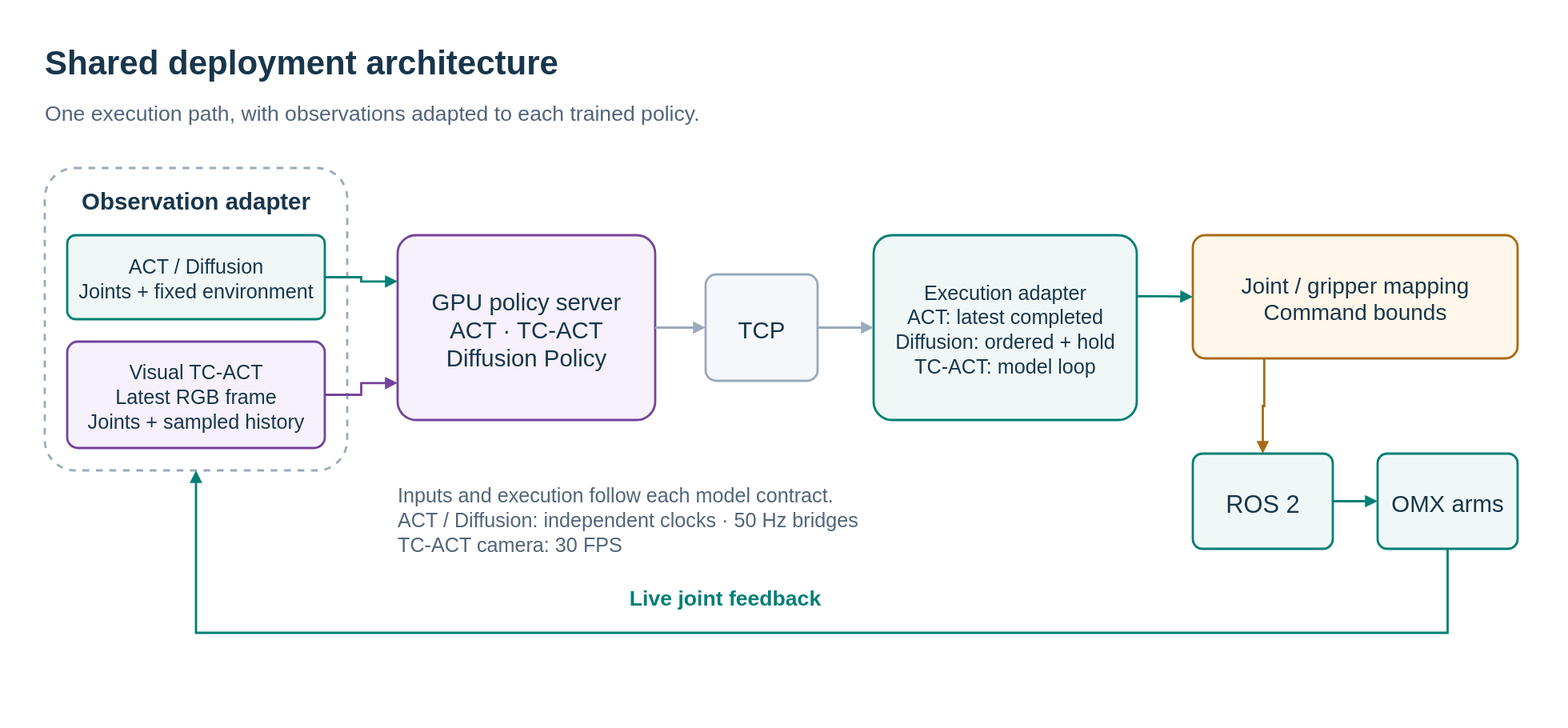
green101630-jwi/literate-octo-doodle keeps this draw.io diagram as docs/assets/diagrams/hardware-deployment-architecture.svg. Above is the earlier version. Source tidied: cells renumbered, new cells last; positions are measured from the earlier drawing's top-left corner, leaving out a move shared by most shapes. Source of this version:
```xml
<mxGraphModel background="#ffffff">
  <root>
    <mxCell id="0" />
    <mxCell id="1" parent="0" />
    <mxCell id="2" value="Shared deployment architecture" style="text;html=0;whiteSpace=nowrap;strokeColor=none;fillColor=none;fontColor=#18364c;fontFamily=Arial;fontSize=30;fontStyle=1;align=left;verticalAlign=middle;spacing=0;" parent="1" vertex="1">
      <mxGeometry width="1300" height="45" as="geometry" />
    </mxCell>
    <mxCell id="3" value="One execution path, with observations adapted to each trained policy." style="text;html=0;whiteSpace=nowrap;strokeColor=none;fillColor=none;fontColor=#52647a;fontFamily=Arial;fontSize=19;fontStyle=0;align=left;verticalAlign=middle;spacing=0;" parent="1" vertex="1">
      <mxGeometry y="52" width="1300" height="35" as="geometry" />
    </mxCell>
    <mxCell id="4" style="rounded=1;arcSize=10;whiteSpace=nowrap;html=0;fillColor=#ffffff;strokeColor=#9aaaba;strokeWidth=2;fontColor=#18364c;fontFamily=Arial;fontSize=20;align=center;verticalAlign=middle;spacing=12;dashed=1;" parent="1" vertex="1">
      <mxGeometry y="120" width="270" height="270" as="geometry" />
    </mxCell>
    <mxCell id="5" value="Observation adapter" style="text;html=0;whiteSpace=nowrap;strokeColor=none;fillColor=none;fontColor=#18364c;fontFamily=Arial;fontSize=21;fontStyle=1;align=center;verticalAlign=middle;spacing=0;" parent="1" vertex="1">
      <mxGeometry x="15" y="130" width="240" height="35" as="geometry" />
    </mxCell>
    <mxCell id="6" value="ACT / Diffusion&#10;Joints + fixed environment" style="rounded=1;arcSize=10;whiteSpace=nowrap;html=0;fillColor=#f0f8f7;strokeColor=#007f75;strokeWidth=2;fontColor=#18364c;fontFamily=Arial;fontSize=18;align=center;verticalAlign=middle;spacing=12;" parent="1" vertex="1">
      <mxGeometry x="20" y="180" width="230" height="75" as="geometry" />
    </mxCell>
    <mxCell id="7" value="Visual TC-ACT&#10;Latest RGB frame&#10;Joints + sampled history" style="rounded=1;arcSize=10;whiteSpace=nowrap;html=0;fillColor=#f6f1fa;strokeColor=#75439a;strokeWidth=2;fontColor=#18364c;fontFamily=Arial;fontSize=18;align=center;verticalAlign=middle;spacing=12;" parent="1" vertex="1">
      <mxGeometry x="20" y="275" width="230" height="95" as="geometry" />
    </mxCell>
    <mxCell id="8" value="GPU policy server&#10;ACT · TC-ACT&#10;Diffusion Policy" style="rounded=1;arcSize=10;whiteSpace=nowrap;html=0;fillColor=#f6f1fa;strokeColor=#75439a;strokeWidth=2;fontColor=#18364c;fontFamily=Arial;fontSize=21;align=center;verticalAlign=middle;spacing=12;" parent="1" vertex="1">
      <mxGeometry x="315" y="180" width="230" height="165" as="geometry" />
    </mxCell>
    <mxCell id="9" value="TCP" style="rounded=1;arcSize=10;whiteSpace=nowrap;html=0;fillColor=#f5f7fa;strokeColor=#9aaaba;strokeWidth=2;fontColor=#18364c;fontFamily=Arial;fontSize=21;align=center;verticalAlign=middle;spacing=12;" parent="1" vertex="1">
      <mxGeometry x="590" y="215" width="100" height="95" as="geometry" />
    </mxCell>
    <mxCell id="10" value="Execution adapter&#10;ACT: latest completed&#10;Diffusion: ordered + hold&#10;TC-ACT: model loop" style="rounded=1;arcSize=10;whiteSpace=nowrap;html=0;fillColor=#f0f8f7;strokeColor=#007f75;strokeWidth=2;fontColor=#18364c;fontFamily=Arial;fontSize=18;align=center;verticalAlign=middle;spacing=12;" parent="1" vertex="1">
      <mxGeometry x="740" y="180" width="235" height="165" as="geometry" />
    </mxCell>
    <mxCell id="11" value="Joint / gripper mapping&#10;Command bounds" style="rounded=1;arcSize=10;whiteSpace=nowrap;html=0;fillColor=#fff7e9;strokeColor=#aa6a13;strokeWidth=2;fontColor=#18364c;fontFamily=Arial;fontSize=20;align=center;verticalAlign=middle;spacing=12;" parent="1" vertex="1">
      <mxGeometry x="1025" y="180" width="290" height="110" as="geometry" />
    </mxCell>
    <mxCell id="12" value="ROS 2" style="rounded=1;arcSize=10;whiteSpace=nowrap;html=0;fillColor=#f0f8f7;strokeColor=#007f75;strokeWidth=2;fontColor=#18364c;fontFamily=Arial;fontSize=22;align=center;verticalAlign=middle;spacing=12;" parent="1" vertex="1">
      <mxGeometry x="1025" y="375" width="125" height="85" as="geometry" />
    </mxCell>
    <mxCell id="13" value="OMX arms" style="rounded=1;arcSize=10;whiteSpace=nowrap;html=0;fillColor=#f0f8f7;strokeColor=#007f75;strokeWidth=2;fontColor=#18364c;fontFamily=Arial;fontSize=21;align=center;verticalAlign=middle;spacing=12;" parent="1" vertex="1">
      <mxGeometry x="1190" y="375" width="125" height="85" as="geometry" />
    </mxCell>
    <mxCell id="14" style="edgeStyle=orthogonalEdgeStyle;rounded=0;jettySize=auto;html=0;endArrow=block;endFill=1;strokeColor=#007f75;strokeWidth=2;fontFamily=Arial;fontSize=18;fontColor=#52647a;labelBackgroundColor=#ffffff;exitX=1;exitY=0.5;entryX=0;entryY=0.25;" parent="1" edge="1" source="6" target="8">
      <mxGeometry relative="1" as="geometry" />
    </mxCell>
    <mxCell id="15" style="edgeStyle=orthogonalEdgeStyle;rounded=0;jettySize=auto;html=0;endArrow=block;endFill=1;strokeColor=#75439a;strokeWidth=2;fontFamily=Arial;fontSize=18;fontColor=#52647a;labelBackgroundColor=#ffffff;exitX=1;exitY=0.5;entryX=0;entryY=0.8;" parent="1" edge="1" source="7" target="8">
      <mxGeometry relative="1" as="geometry" />
    </mxCell>
    <mxCell id="16" style="edgeStyle=orthogonalEdgeStyle;rounded=0;jettySize=auto;html=0;endArrow=block;endFill=1;strokeColor=#9aaaba;strokeWidth=2;fontFamily=Arial;fontSize=18;fontColor=#52647a;labelBackgroundColor=#ffffff;exitX=1;exitY=0.5;entryX=0;entryY=0.5;" parent="1" edge="1" source="8" target="9">
      <mxGeometry relative="1" as="geometry" />
    </mxCell>
    <mxCell id="17" style="edgeStyle=orthogonalEdgeStyle;rounded=0;jettySize=auto;html=0;endArrow=block;endFill=1;strokeColor=#9aaaba;strokeWidth=2;fontFamily=Arial;fontSize=18;fontColor=#52647a;labelBackgroundColor=#ffffff;exitX=1;exitY=0.5;entryX=0;entryY=0.5;" parent="1" edge="1" source="9" target="10">
      <mxGeometry relative="1" as="geometry" />
    </mxCell>
    <mxCell id="18" style="edgeStyle=orthogonalEdgeStyle;rounded=0;jettySize=auto;html=0;endArrow=block;endFill=1;strokeColor=#007f75;strokeWidth=2;fontFamily=Arial;fontSize=18;fontColor=#52647a;labelBackgroundColor=#ffffff;exitX=1;exitY=0.33;entryX=0;entryY=0.5;" parent="1" edge="1" source="10" target="11">
      <mxGeometry relative="1" as="geometry" />
    </mxCell>
    <mxCell id="19" style="edgeStyle=orthogonalEdgeStyle;rounded=0;jettySize=auto;html=0;endArrow=block;endFill=1;strokeColor=#aa6a13;strokeWidth=2;fontFamily=Arial;fontSize=18;fontColor=#52647a;labelBackgroundColor=#ffffff;exitX=0.22;exitY=1;entryX=0.5;entryY=0;" parent="1" edge="1" source="11" target="12">
      <mxGeometry relative="1" as="geometry" />
    </mxCell>
    <mxCell id="20" style="edgeStyle=orthogonalEdgeStyle;rounded=0;jettySize=auto;html=0;endArrow=block;endFill=1;strokeColor=#007f75;strokeWidth=2;fontFamily=Arial;fontSize=18;fontColor=#52647a;labelBackgroundColor=#ffffff;exitX=1;exitY=0.5;entryX=0;entryY=0.5;" parent="1" edge="1" source="12" target="13">
      <mxGeometry relative="1" as="geometry" />
    </mxCell>
    <mxCell id="21" style="edgeStyle=orthogonalEdgeStyle;rounded=0;jettySize=auto;html=0;endArrow=block;endFill=1;strokeColor=#007f75;strokeWidth=2;fontFamily=Arial;fontSize=18;fontColor=#52647a;labelBackgroundColor=#ffffff;exitX=0.5;exitY=1;entryX=0.5;entryY=1;" parent="1" edge="1" source="13" target="4">
      <mxGeometry relative="1" as="geometry">
        <Array as="points">
          <mxPoint x="1252.5" y="535" />
          <mxPoint x="135" y="535" />
        </Array>
      </mxGeometry>
    </mxCell>
    <mxCell id="22" value="Live joint feedback" style="text;html=0;whiteSpace=nowrap;strokeColor=none;fillColor=none;fontColor=#007f75;fontFamily=Arial;fontSize=19;fontStyle=1;align=center;verticalAlign=middle;spacing=0;" parent="1" vertex="1">
      <mxGeometry x="430" y="485" width="355" height="35" as="geometry" />
    </mxCell>
    <mxCell id="23" value="Inputs and execution follow each model contract.&#10;ACT / Diffusion: independent clocks · 50 Hz bridges&#10;TC-ACT camera: 30 FPS" style="text;html=0;whiteSpace=nowrap;strokeColor=none;fillColor=none;fontColor=#52647a;fontFamily=Arial;fontSize=18;fontStyle=0;align=left;verticalAlign=middle;spacing=0;" parent="1" vertex="1">
      <mxGeometry x="315" y="390" width="650" height="85" as="geometry" />
    </mxCell>
  </root>
</mxGraphModel>
```
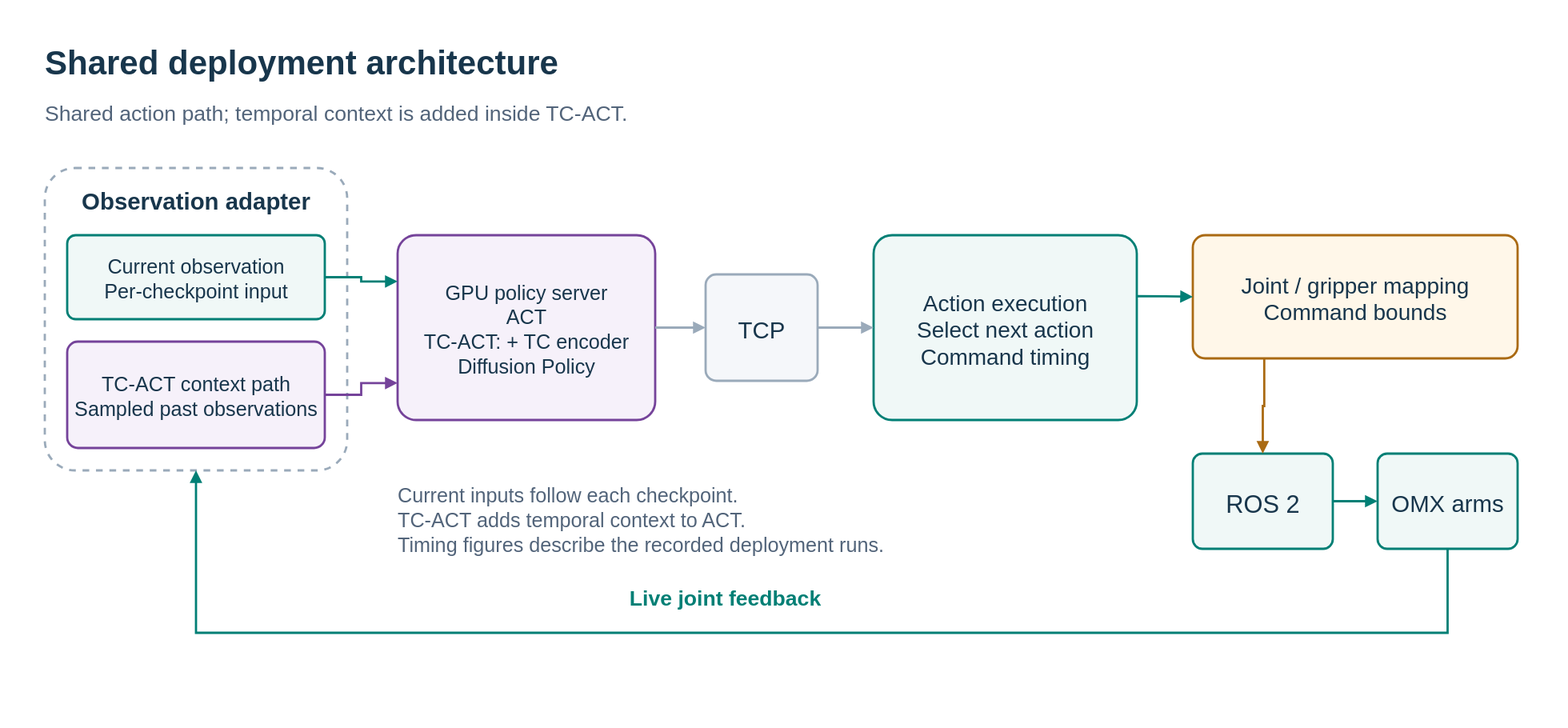
After the change.

Commit message:
Clarify shared ACT execution and the TC encoder extension in deployment diagrams

The edit, as a diff of the source:
```diff
@@ -5,7 +5,7 @@
     <mxCell id="2" value="Shared deployment architecture" style="text;html=0;whiteSpace=nowrap;strokeColor=none;fillColor=none;fontColor=#18364c;fontFamily=Arial;fontSize=30;fontStyle=1;align=left;verticalAlign=middle;spacing=0;" parent="1" vertex="1">
       <mxGeometry width="1300" height="45" as="geometry" />
     </mxCell>
-    <mxCell id="3" value="One execution path, with observations adapted to each trained policy." style="text;html=0;whiteSpace=nowrap;strokeColor=none;fillColor=none;fontColor=#52647a;fontFamily=Arial;fontSize=19;fontStyle=0;align=left;verticalAlign=middle;spacing=0;" parent="1" vertex="1">
+    <mxCell id="3" value="Shared action path; temporal context is added inside TC-ACT." style="text;html=0;whiteSpace=nowrap;strokeColor=none;fillColor=none;fontColor=#52647a;fontFamily=Arial;fontSize=19;fontStyle=0;align=left;verticalAlign=middle;spacing=0;" parent="1" vertex="1">
       <mxGeometry y="52" width="1300" height="35" as="geometry" />
     </mxCell>
     <mxCell id="4" style="rounded=1;arcSize=10;whiteSpace=nowrap;html=0;fillColor=#ffffff;strokeColor=#9aaaba;strokeWidth=2;fontColor=#18364c;fontFamily=Arial;fontSize=20;align=center;verticalAlign=middle;spacing=12;dashed=1;" parent="1" vertex="1">
@@ -14,19 +14,19 @@
     <mxCell id="5" value="Observation adapter" style="text;html=0;whiteSpace=nowrap;strokeColor=none;fillColor=none;fontColor=#18364c;fontFamily=Arial;fontSize=21;fontStyle=1;align=center;verticalAlign=middle;spacing=0;" parent="1" vertex="1">
       <mxGeometry x="15" y="130" width="240" height="35" as="geometry" />
     </mxCell>
-    <mxCell id="6" value="ACT / Diffusion&#10;Joints + fixed environment" style="rounded=1;arcSize=10;whiteSpace=nowrap;html=0;fillColor=#f0f8f7;strokeColor=#007f75;strokeWidth=2;fontColor=#18364c;fontFamily=Arial;fontSize=18;align=center;verticalAlign=middle;spacing=12;" parent="1" vertex="1">
+    <mxCell id="6" value="Current observation&#10;Per-checkpoint input" style="rounded=1;arcSize=10;whiteSpace=nowrap;html=0;fillColor=#f0f8f7;strokeColor=#007f75;strokeWidth=2;fontColor=#18364c;fontFamily=Arial;fontSize=18;align=center;verticalAlign=middle;spacing=12;" parent="1" vertex="1">
       <mxGeometry x="20" y="180" width="230" height="75" as="geometry" />
     </mxCell>
-    <mxCell id="7" value="Visual TC-ACT&#10;Latest RGB frame&#10;Joints + sampled history" style="rounded=1;arcSize=10;whiteSpace=nowrap;html=0;fillColor=#f6f1fa;strokeColor=#75439a;strokeWidth=2;fontColor=#18364c;fontFamily=Arial;fontSize=18;align=center;verticalAlign=middle;spacing=12;" parent="1" vertex="1">
+    <mxCell id="7" value="TC-ACT context path&#10;Sampled past observations" style="rounded=1;arcSize=10;whiteSpace=nowrap;html=0;fillColor=#f6f1fa;strokeColor=#75439a;strokeWidth=2;fontColor=#18364c;fontFamily=Arial;fontSize=18;align=center;verticalAlign=middle;spacing=12;" parent="1" vertex="1">
       <mxGeometry x="20" y="275" width="230" height="95" as="geometry" />
     </mxCell>
-    <mxCell id="8" value="GPU policy server&#10;ACT · TC-ACT&#10;Diffusion Policy" style="rounded=1;arcSize=10;whiteSpace=nowrap;html=0;fillColor=#f6f1fa;strokeColor=#75439a;strokeWidth=2;fontColor=#18364c;fontFamily=Arial;fontSize=21;align=center;verticalAlign=middle;spacing=12;" parent="1" vertex="1">
+    <mxCell id="8" value="GPU policy server&#10;ACT&#10;TC-ACT: + TC encoder&#10;Diffusion Policy" style="rounded=1;arcSize=10;whiteSpace=nowrap;html=0;fillColor=#f6f1fa;strokeColor=#75439a;strokeWidth=2;fontColor=#18364c;fontFamily=Arial;fontSize=18;align=center;verticalAlign=middle;spacing=12;" parent="1" vertex="1">
       <mxGeometry x="315" y="180" width="230" height="165" as="geometry" />
     </mxCell>
     <mxCell id="9" value="TCP" style="rounded=1;arcSize=10;whiteSpace=nowrap;html=0;fillColor=#f5f7fa;strokeColor=#9aaaba;strokeWidth=2;fontColor=#18364c;fontFamily=Arial;fontSize=21;align=center;verticalAlign=middle;spacing=12;" parent="1" vertex="1">
       <mxGeometry x="590" y="215" width="100" height="95" as="geometry" />
     </mxCell>
-    <mxCell id="10" value="Execution adapter&#10;ACT: latest completed&#10;Diffusion: ordered + hold&#10;TC-ACT: model loop" style="rounded=1;arcSize=10;whiteSpace=nowrap;html=0;fillColor=#f0f8f7;strokeColor=#007f75;strokeWidth=2;fontColor=#18364c;fontFamily=Arial;fontSize=18;align=center;verticalAlign=middle;spacing=12;" parent="1" vertex="1">
+    <mxCell id="10" value="Action execution&#10;Select next action&#10;Command timing" style="rounded=1;arcSize=10;whiteSpace=nowrap;html=0;fillColor=#f0f8f7;strokeColor=#007f75;strokeWidth=2;fontColor=#18364c;fontFamily=Arial;fontSize=20;align=center;verticalAlign=middle;spacing=12;" parent="1" vertex="1">
       <mxGeometry x="740" y="180" width="235" height="165" as="geometry" />
     </mxCell>
     <mxCell id="11" value="Joint / gripper mapping&#10;Command bounds" style="rounded=1;arcSize=10;whiteSpace=nowrap;html=0;fillColor=#fff7e9;strokeColor=#aa6a13;strokeWidth=2;fontColor=#18364c;fontFamily=Arial;fontSize=20;align=center;verticalAlign=middle;spacing=12;" parent="1" vertex="1">
@@ -70,7 +70,7 @@
     <mxCell id="22" value="Live joint feedback" style="text;html=0;whiteSpace=nowrap;strokeColor=none;fillColor=none;fontColor=#007f75;fontFamily=Arial;fontSize=19;fontStyle=1;align=center;verticalAlign=middle;spacing=0;" parent="1" vertex="1">
       <mxGeometry x="430" y="485" width="355" height="35" as="geometry" />
     </mxCell>
-    <mxCell id="23" value="Inputs and execution follow each model contract.&#10;ACT / Diffusion: independent clocks · 50 Hz bridges&#10;TC-ACT camera: 30 FPS" style="text;html=0;whiteSpace=nowrap;strokeColor=none;fillColor=none;fontColor=#52647a;fontFamily=Arial;fontSize=18;fontStyle=0;align=left;verticalAlign=middle;spacing=0;" parent="1" vertex="1">
+    <mxCell id="23" value="Current inputs follow each checkpoint.&#10;TC-ACT adds temporal context to ACT.&#10;Timing figures describe the recorded deployment runs." style="text;html=0;whiteSpace=nowrap;strokeColor=none;fillColor=none;fontColor=#52647a;fontFamily=Arial;fontSize=18;fontStyle=0;align=left;verticalAlign=middle;spacing=0;" parent="1" vertex="1">
       <mxGeometry x="315" y="390" width="650" height="85" as="geometry" />
     </mxCell>
   </root>
```
